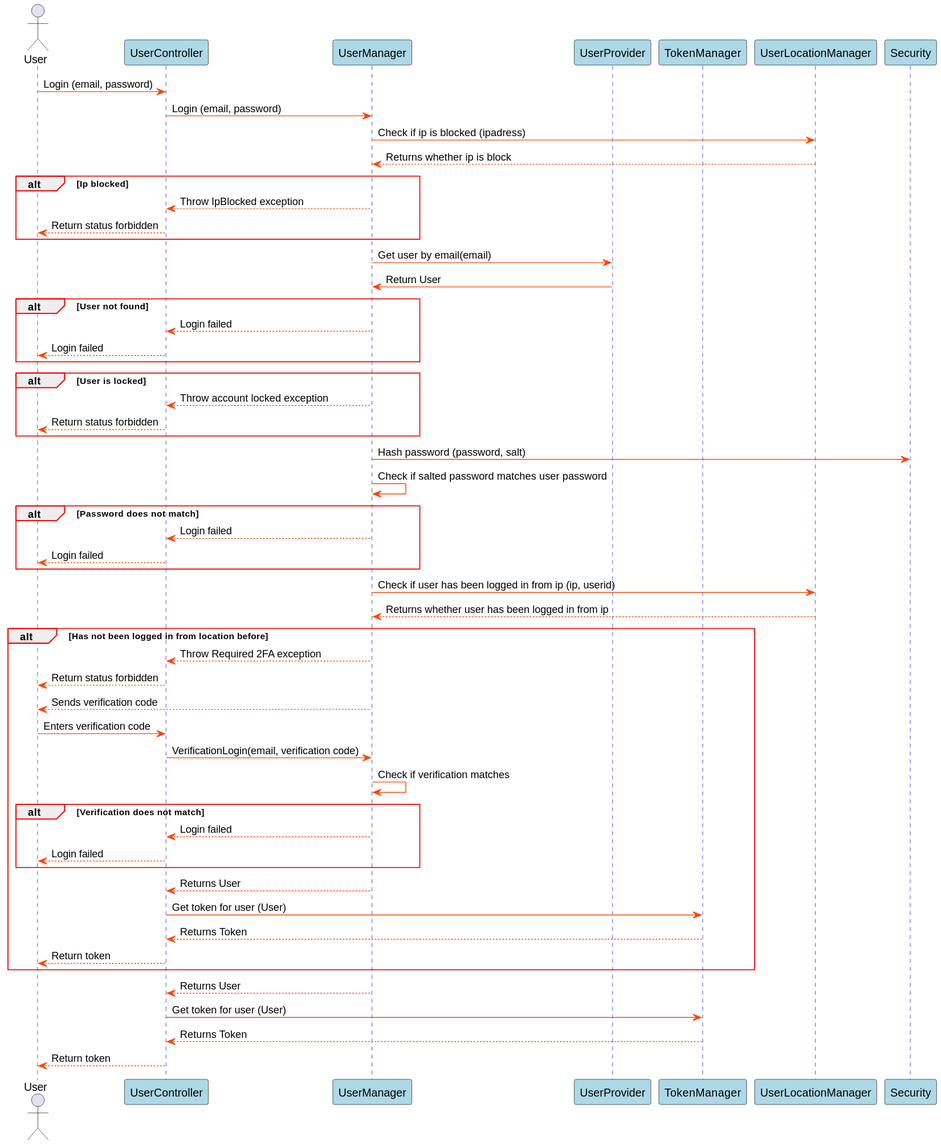
Before: Docs/out/SDDiagrams/LoginSD/Login SD.svg, a diagram exported from PlantUML (blackout1471/trust-us-school).
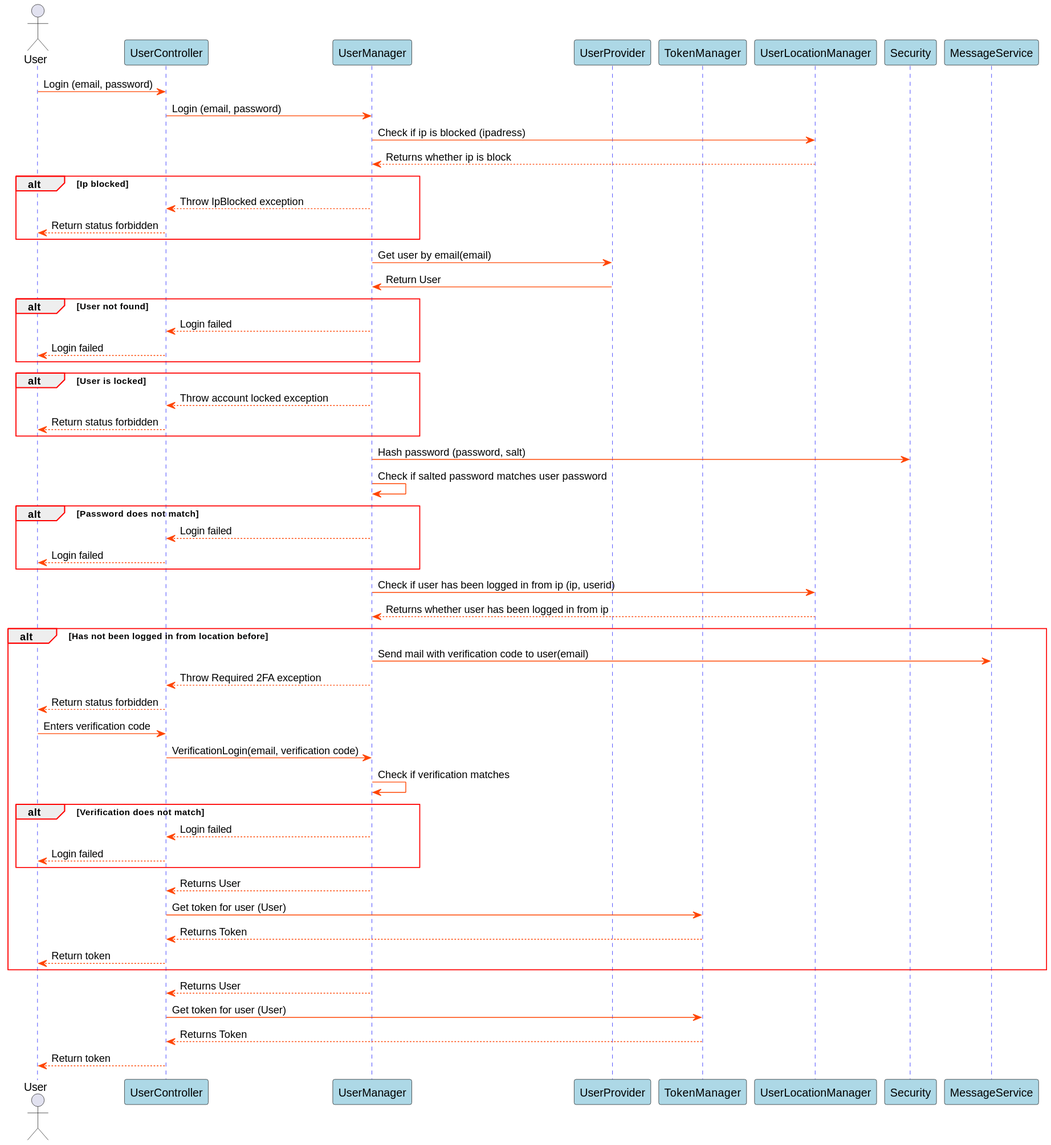
Above is the later version.

Change to the diagram source:
```diff
@@ -63,9 +63,9 @@
 
 alt Has not been logged in from location before
 
+UserManager->MessageService: Send mail with verification code to user(email)
 UserManager-->UserController: Throw Required 2FA exception
 UserController-->User: Return status forbidden
-UserManager-->User: Sends verification code
 User->UserController: Enters verification code
 UserController->UserManager: VerificationLogin(email, verification code)
 UserManager->UserManager: Check if verification matches
```
